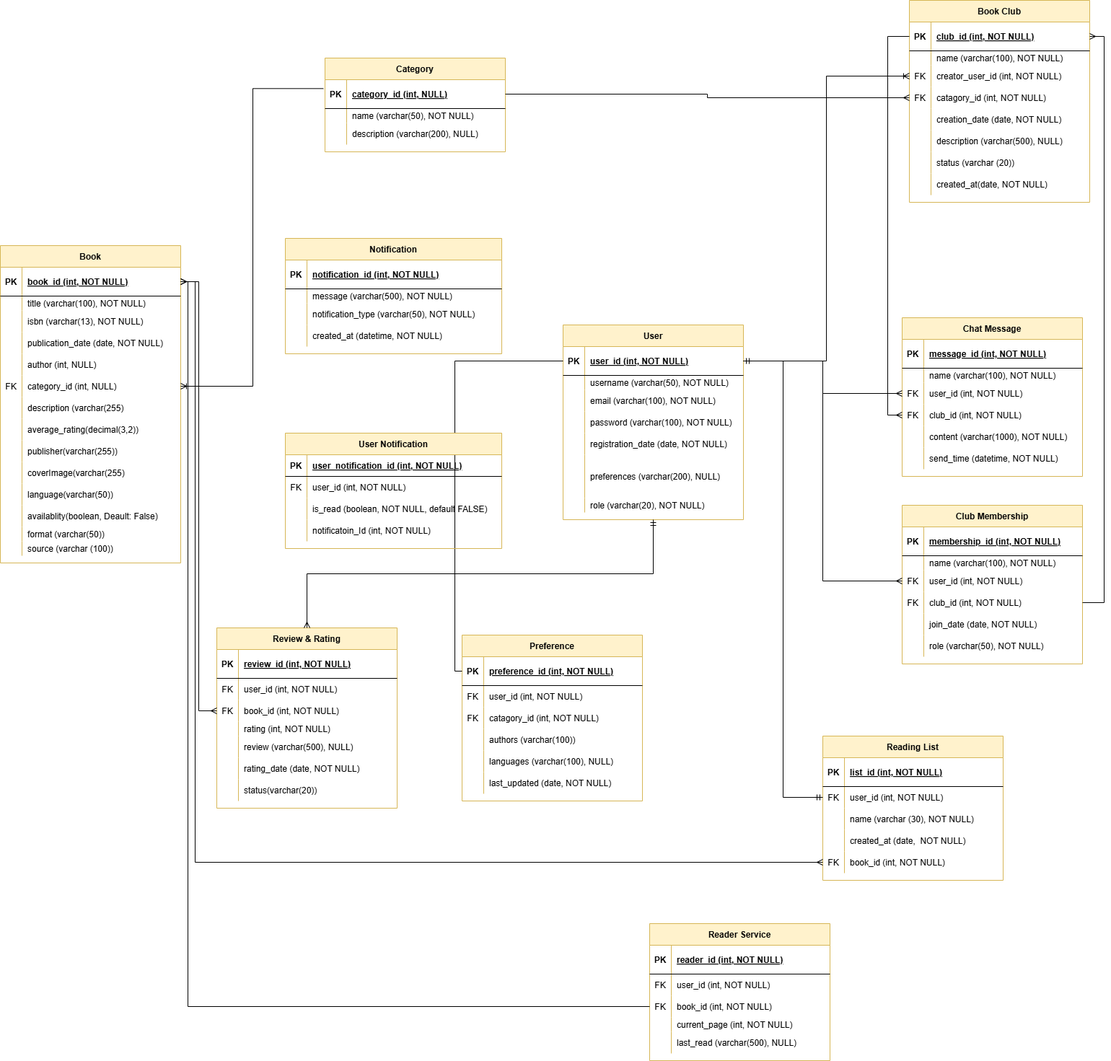
Earlier version of the draw.io export New folder/Untitled Diagram.drawio.png (Kkgenkai/Draw.io). Source tidied: cells renumbered, new cells last; positions are measured from the earlier drawing's top-left corner, leaving out a move shared by most shapes.
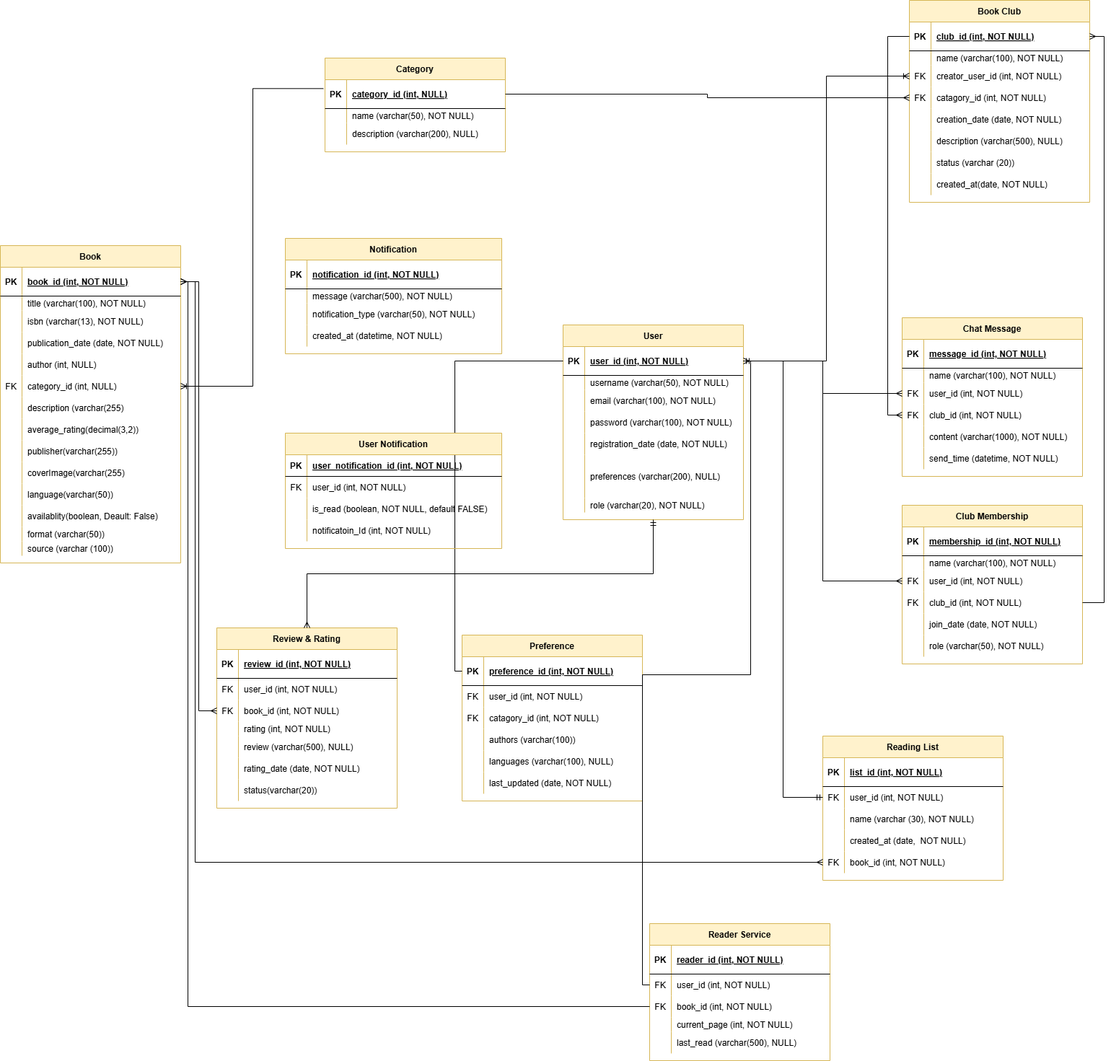
After the change.

What changed in the source:
```diff
@@ -762,5 +762,8 @@
         </Array>
       </mxGeometry>
     </mxCell>
+    <mxCell id="252" style="fontSize=12;html=1;endArrow=ERmany;rounded=0;exitX=0;exitY=0.5;exitDx=0;exitDy=0;entryX=1;entryY=0.5;entryDx=0;entryDy=0;edgeStyle=orthogonalEdgeStyle;" parent="1" edge="1" source="239" target="3">
+      <mxGeometry relative="1" as="geometry" />
+    </mxCell>
   </root>
 </mxGraphModel>
```
